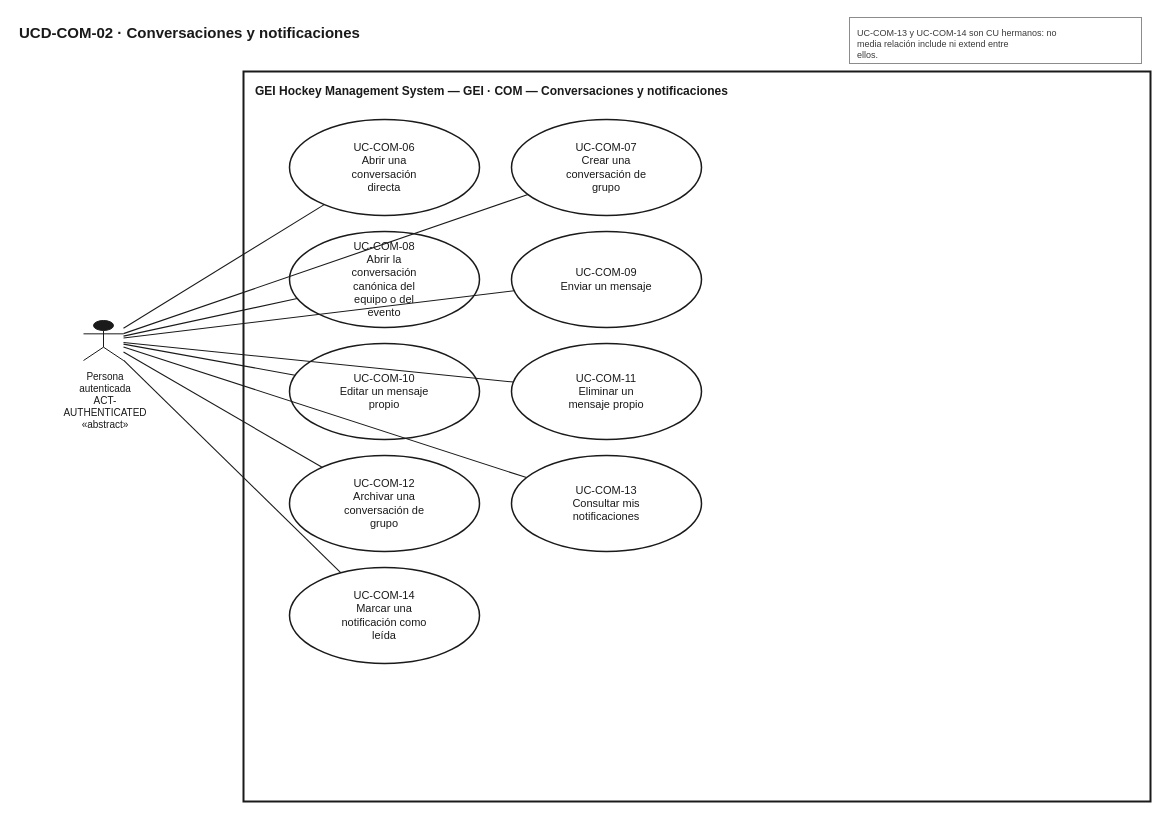
Above: docs/uml/use-cases/source/UCD-COM-02__GEI_Conversations_Notifications.drawio in xeyroxpagode/Cluber (draw.io), before the change. Source tidied: cells renumbered, new cells numbered last; positions are measured from the earlier drawing's top-left corner, leaving out a move shared by most shapes. Both pictures are drawn from the tidied source at 100%, with x=0, y=0 at pixel (17, 17).
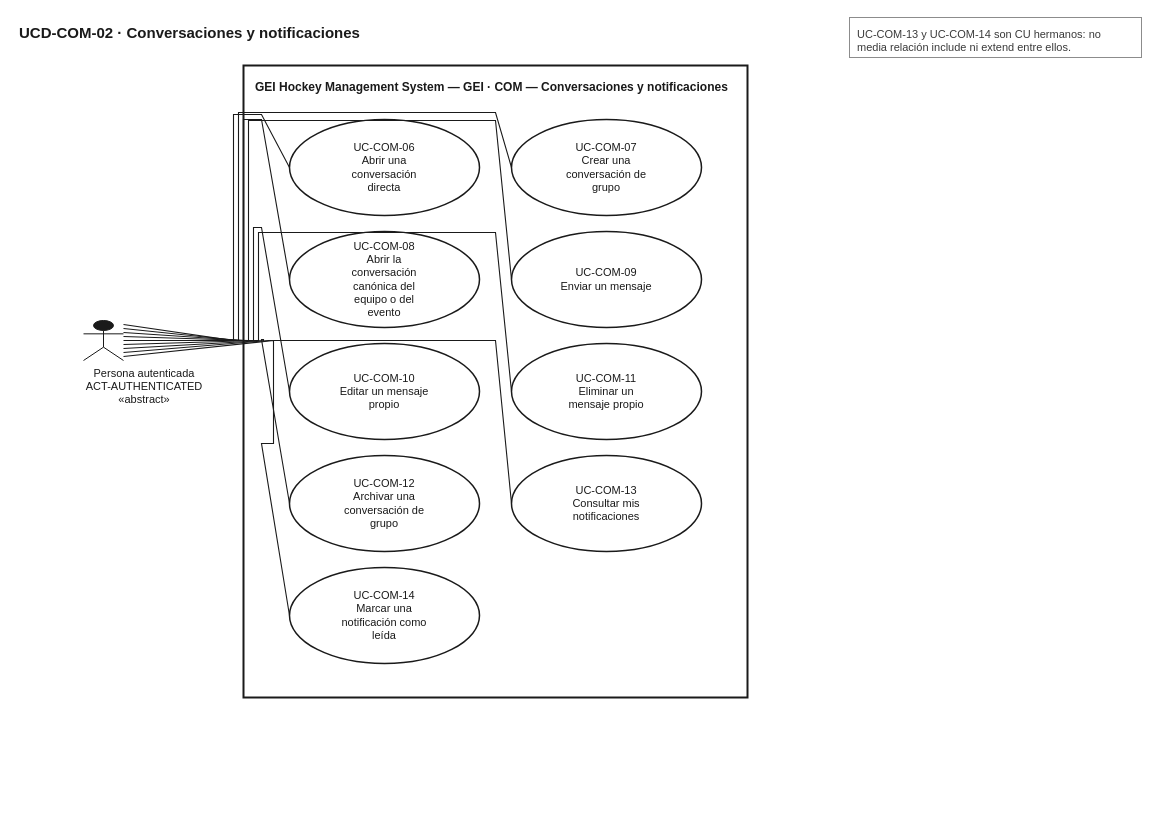
Above is the later version.

Unchanged cells that the change refers to:
```xml
<mxCell id="4" value="UC-COM-06&lt;br&gt;Abrir una&lt;br&gt;conversación&lt;br&gt;directa" style="ellipse;whiteSpace=wrap;html=1;fillColor=#FFFFFF;strokeColor=#1A1A1A;strokeWidth=1.5;fontFamily=Helvetica;fontSize=11;fontColor=#1A1A1A;align=center;verticalAlign=middle;" parent="1" vertex="1">
  <mxGeometry x="272" y="102" width="190" height="96" as="geometry" />
</mxCell>
<mxCell id="5" value="UC-COM-07&lt;br&gt;Crear una&lt;br&gt;conversación de&lt;br&gt;grupo" style="ellipse;whiteSpace=wrap;html=1;fillColor=#FFFFFF;strokeColor=#1A1A1A;strokeWidth=1.5;fontFamily=Helvetica;fontSize=11;fontColor=#1A1A1A;align=center;verticalAlign=middle;" parent="1" vertex="1">
  <mxGeometry x="494" y="102" width="190" height="96" as="geometry" />
</mxCell>
<mxCell id="6" value="UC-COM-08&lt;br&gt;Abrir la&lt;br&gt;conversación&lt;br&gt;canónica del&lt;br&gt;equipo o del&lt;br&gt;evento" style="ellipse;whiteSpace=wrap;html=1;fillColor=#FFFFFF;strokeColor=#1A1A1A;strokeWidth=1.5;fontFamily=Helvetica;fontSize=11;fontColor=#1A1A1A;align=center;verticalAlign=middle;" parent="1" vertex="1">
  <mxGeometry x="272" y="214" width="190" height="96" as="geometry" />
</mxCell>
<mxCell id="7" value="UC-COM-09&lt;br&gt;Enviar un mensaje" style="ellipse;whiteSpace=wrap;html=1;fillColor=#FFFFFF;strokeColor=#1A1A1A;strokeWidth=1.5;fontFamily=Helvetica;fontSize=11;fontColor=#1A1A1A;align=center;verticalAlign=middle;" parent="1" vertex="1">
  <mxGeometry x="494" y="214" width="190" height="96" as="geometry" />
</mxCell>
<mxCell id="8" value="UC-COM-10&lt;br&gt;Editar un mensaje&lt;br&gt;propio" style="ellipse;whiteSpace=wrap;html=1;fillColor=#FFFFFF;strokeColor=#1A1A1A;strokeWidth=1.5;fontFamily=Helvetica;fontSize=11;fontColor=#1A1A1A;align=center;verticalAlign=middle;" parent="1" vertex="1">
  <mxGeometry x="272" y="326" width="190" height="96" as="geometry" />
</mxCell>
<mxCell id="9" value="UC-COM-11&lt;br&gt;Eliminar un&lt;br&gt;mensaje propio" style="ellipse;whiteSpace=wrap;html=1;fillColor=#FFFFFF;strokeColor=#1A1A1A;strokeWidth=1.5;fontFamily=Helvetica;fontSize=11;fontColor=#1A1A1A;align=center;verticalAlign=middle;" parent="1" vertex="1">
  <mxGeometry x="494" y="326" width="190" height="96" as="geometry" />
</mxCell>
<mxCell id="10" value="UC-COM-12&lt;br&gt;Archivar una&lt;br&gt;conversación de&lt;br&gt;grupo" style="ellipse;whiteSpace=wrap;html=1;fillColor=#FFFFFF;strokeColor=#1A1A1A;strokeWidth=1.5;fontFamily=Helvetica;fontSize=11;fontColor=#1A1A1A;align=center;verticalAlign=middle;" parent="1" vertex="1">
  <mxGeometry x="272" y="438" width="190" height="96" as="geometry" />
</mxCell>
<mxCell id="11" value="UC-COM-13&lt;br&gt;Consultar mis&lt;br&gt;notificaciones" style="ellipse;whiteSpace=wrap;html=1;fillColor=#FFFFFF;strokeColor=#1A1A1A;strokeWidth=1.5;fontFamily=Helvetica;fontSize=11;fontColor=#1A1A1A;align=center;verticalAlign=middle;" parent="1" vertex="1">
  <mxGeometry x="494" y="438" width="190" height="96" as="geometry" />
</mxCell>
<mxCell id="12" value="UC-COM-14&lt;br&gt;Marcar una&lt;br&gt;notificación como&lt;br&gt;leída" style="ellipse;whiteSpace=wrap;html=1;fillColor=#FFFFFF;strokeColor=#1A1A1A;strokeWidth=1.5;fontFamily=Helvetica;fontSize=11;fontColor=#1A1A1A;align=center;verticalAlign=middle;" parent="1" vertex="1">
  <mxGeometry x="272" y="550" width="190" height="96" as="geometry" />
</mxCell>
```

Diff of the diagram source:
```diff
@@
-    <mxCell id="3" value="GEI Hockey Management System — GEI · COM — Conversaciones y notificaciones" style="rounded=0;whiteSpace=wrap;html=1;fillColor=#FFFFFF;strokeColor=#1A1A1A;strokeWidth=2;verticalAlign=top;align=left;spacingLeft=10;spacingTop=6;fontFamily=Helvetica;fontSize=12;fontStyle=1;fontColor=#1A1A1A;" parent="1" vertex="1">
-      <mxGeometry x="226" y="54" width="907" height="730" as="geometry" />
+    <mxCell id="3" value="GEI Hockey Management System — GEI · COM — Conversaciones y notificaciones" style="rounded=0;whiteSpace=wrap;html=1;fillColor=#FFFFFF;strokeColor=#1A1A1A;strokeWidth=2;verticalAlign=top;align=left;spacingLeft=10;spacingTop=8;fontFamily=Helvetica;fontSize=12;fontStyle=1;fontColor=#1A1A1A;" parent="1" vertex="1">
+      <mxGeometry x="226" y="48" width="504" height="632" as="geometry" />
     </mxCell>
@@
-    <mxCell id="13" style="shape=umlActor;html=1;verticalLabelPosition=bottom;verticalAlign=top;align=center;labelBackgroundColor=#FFFFFF;fontFamily=Helvetica;fontSize=10;fontColor=#1A1A1A;strokeColor=#1A1A1A;fillColor=#1A1A1A;" parent="1" vertex="1">
+    <mxCell id="13" style="shape=umlActor;html=1;verticalLabelPosition=bottom;verticalAlign=top;align=center;labelBackgroundColor=#FFFFFF;fontFamily=Helvetica;fontSize=11;fontColor=#1A1A1A;strokeColor=#1A1A1A;fillColor=#1A1A1A;" parent="1" vertex="1">
       <mxGeometry x="66" y="303" width="40" height="40" as="geometry" />
     </mxCell>
-    <mxCell id="14" value="Persona&lt;br&gt;autenticada&lt;br&gt;ACT-AUTHENTICATED&lt;br&gt;«abstract»" style="text;html=1;strokeColor=none;fillColor=none;align=center;verticalAlign=top;fontFamily=Helvetica;fontSize=10;fontColor=#1A1A1A;whiteSpace=wrap;" parent="1" vertex="1">
-      <mxGeometry x="42" y="347" width="92" height="52" as="geometry" />
+    <mxCell id="14" value="Persona autenticada&lt;br&gt;ACT-AUTHENTICATED&lt;br&gt;«abstract»" style="text;html=1;strokeColor=none;fillColor=none;align=center;verticalAlign=top;fontFamily=Helvetica;fontSize=11;fontColor=#1A1A1A;whiteSpace=wrap;" parent="1" vertex="1">
+      <mxGeometry x="42" y="343" width="170" height="42" as="geometry" />
     </mxCell>
-    <mxCell id="15" value="UC-COM-13 y UC-COM-14 son CU hermanos: no&lt;br&gt;media relación include ni extend entre&lt;br&gt;ellos." style="rounded=0;whiteSpace=wrap;html=1;fillColor=#FFFFFF;strokeColor=#8C8C8C;strokeWidth=1;align=left;verticalAlign=top;spacingLeft=6;spacingTop=4;fontFamily=Helvetica;fontSize=9;fontColor=#3A3A3A;" parent="1" vertex="1">
-      <mxGeometry x="832" width="292" height="46" as="geometry" />
+    <mxCell id="15" value="UC-COM-13 y UC-COM-14 son CU hermanos: no&lt;br&gt;media relación include ni extend entre ellos." style="rounded=0;whiteSpace=wrap;html=1;fillColor=#FFFFFF;strokeColor=#8C8C8C;strokeWidth=1;align=left;verticalAlign=top;spacingLeft=6;spacingTop=4;fontFamily=Helvetica;fontSize=11;fontColor=#3A3A3A;" parent="1" vertex="1">
+      <mxGeometry x="832" width="292" height="40" as="geometry" />
     </mxCell>
-    <mxCell id="16" style="endArrow=none;html=1;rounded=0;strokeColor=#1A1A1A;strokeWidth=1.1;" parent="1" edge="1" source="13" target="12">
-      <mxGeometry relative="1" as="geometry" />
+    <mxCell id="16" style="endArrow=none;html=1;rounded=0;strokeColor=#1A1A1A;strokeWidth=1.1;exitX=1;exitY=0.1;exitDx=0;exitDy=0;entryX=0;entryY=0.5;entryDx=0;entryDy=0;" parent="1" edge="1" source="13" target="4">
+      <mxGeometry relative="1" as="geometry">
+        <Array as="points">
+          <mxPoint x="216" y="323" />
+          <mxPoint x="216" y="97" />
+          <mxPoint x="244" y="97" />
+          <mxPoint x="272" y="150" />
+        </Array>
+      </mxGeometry>
     </mxCell>
-    <mxCell id="17" style="endArrow=none;html=1;rounded=0;strokeColor=#1A1A1A;strokeWidth=1.1;" parent="1" edge="1" source="13" target="11">
-      <mxGeometry relative="1" as="geometry" />
+    <mxCell id="17" style="endArrow=none;html=1;rounded=0;strokeColor=#1A1A1A;strokeWidth=1.1;exitX=1;exitY=0.2;exitDx=0;exitDy=0;entryX=0;entryY=0.5;entryDx=0;entryDy=0;" parent="1" edge="1" source="13" target="5">
+      <mxGeometry relative="1" as="geometry">
+        <Array as="points">
+          <mxPoint x="221" y="323" />
+          <mxPoint x="221" y="95" />
+          <mxPoint x="478" y="95" />
+          <mxPoint x="494" y="150" />
+        </Array>
+      </mxGeometry>
     </mxCell>
-    <mxCell id="18" style="endArrow=none;html=1;rounded=0;strokeColor=#1A1A1A;strokeWidth=1.1;" parent="1" edge="1" source="13" target="10">
-      <mxGeometry relative="1" as="geometry" />
+    <mxCell id="18" style="endArrow=none;html=1;rounded=0;strokeColor=#1A1A1A;strokeWidth=1.1;exitX=1;exitY=0.3;exitDx=0;exitDy=0;entryX=0;entryY=0.5;entryDx=0;entryDy=0;" parent="1" edge="1" source="13" target="6">
+      <mxGeometry relative="1" as="geometry">
+        <Array as="points">
+          <mxPoint x="226" y="323" />
+          <mxPoint x="226" y="102" />
+          <mxPoint x="244" y="102" />
+          <mxPoint x="272" y="262" />
+        </Array>
+      </mxGeometry>
     </mxCell>
-    <mxCell id="19" style="endArrow=none;html=1;rounded=0;strokeColor=#1A1A1A;strokeWidth=1.1;" parent="1" edge="1" source="13" target="9">
-      <mxGeometry relative="1" as="geometry" />
+    <mxCell id="19" style="endArrow=none;html=1;rounded=0;strokeColor=#1A1A1A;strokeWidth=1.1;exitX=1;exitY=0.4;exitDx=0;exitDy=0;entryX=0;entryY=0.5;entryDx=0;entryDy=0;" parent="1" edge="1" source="13" target="7">
+      <mxGeometry relative="1" as="geometry">
+        <Array as="points">
+          <mxPoint x="231" y="323" />
+          <mxPoint x="231" y="103" />
+          <mxPoint x="478" y="103" />
+          <mxPoint x="494" y="262" />
+        </Array>
+      </mxGeometry>
     </mxCell>
-    <mxCell id="20" style="endArrow=none;html=1;rounded=0;strokeColor=#1A1A1A;strokeWidth=1.1;" parent="1" edge="1" source="13" target="8">
-      <mxGeometry relative="1" as="geometry" />
+    <mxCell id="20" style="endArrow=none;html=1;rounded=0;strokeColor=#1A1A1A;strokeWidth=1.1;exitX=1;exitY=0.5;exitDx=0;exitDy=0;entryX=0;entryY=0.5;entryDx=0;entryDy=0;" parent="1" edge="1" source="13" target="8">
+      <mxGeometry relative="1" as="geometry">
+        <Array as="points">
+          <mxPoint x="236" y="323" />
+          <mxPoint x="236" y="210" />
+          <mxPoint x="244" y="210" />
+          <mxPoint x="272" y="374" />
+        </Array>
+      </mxGeometry>
     </mxCell>
-    <mxCell id="21" style="endArrow=none;html=1;rounded=0;strokeColor=#1A1A1A;strokeWidth=1.1;" parent="1" edge="1" source="13" target="7">
-      <mxGeometry relative="1" as="geometry" />
+    <mxCell id="21" style="endArrow=none;html=1;rounded=0;strokeColor=#1A1A1A;strokeWidth=1.1;exitX=1;exitY=0.6;exitDx=0;exitDy=0;entryX=0;entryY=0.5;entryDx=0;entryDy=0;" parent="1" edge="1" source="13" target="9">
+      <mxGeometry relative="1" as="geometry">
+        <Array as="points">
+          <mxPoint x="241" y="323" />
+          <mxPoint x="241" y="215" />
+          <mxPoint x="478" y="215" />
+          <mxPoint x="494" y="374" />
+        </Array>
+      </mxGeometry>
     </mxCell>
-    <mxCell id="22" style="endArrow=none;html=1;rounded=0;strokeColor=#1A1A1A;strokeWidth=1.1;" parent="1" edge="1" source="13" target="6">
-      <mxGeometry relative="1" as="geometry" />
+    <mxCell id="22" style="endArrow=none;html=1;rounded=0;strokeColor=#1A1A1A;strokeWidth=1.1;exitX=1;exitY=0.7;exitDx=0;exitDy=0;entryX=0;entryY=0.5;entryDx=0;entryDy=0;" parent="1" edge="1" source="13" target="10">
+      <mxGeometry relative="1" as="geometry">
+        <Array as="points">
+          <mxPoint x="246" y="323" />
+          <mxPoint x="246" y="322" />
+          <mxPoint x="244" y="322" />
+          <mxPoint x="272" y="486" />
+        </Array>
+      </mxGeometry>
     </mxCell>
-    <mxCell id="23" style="endArrow=none;html=1;rounded=0;strokeColor=#1A1A1A;strokeWidth=1.1;" parent="1" edge="1" source="13" target="5">
-      <mxGeometry relative="1" as="geometry" />
+    <mxCell id="23" style="endArrow=none;html=1;rounded=0;strokeColor=#1A1A1A;strokeWidth=1.1;exitX=1;exitY=0.8;exitDx=0;exitDy=0;entryX=0;entryY=0.5;entryDx=0;entryDy=0;" parent="1" edge="1" source="13" target="11">
+      <mxGeometry relative="1" as="geometry">
+        <Array as="points">
+          <mxPoint x="251" y="323" />
+          <mxPoint x="251" y="323" />
+          <mxPoint x="478" y="323" />
+          <mxPoint x="494" y="486" />
+        </Array>
+      </mxGeometry>
     </mxCell>
-    <mxCell id="24" style="endArrow=none;html=1;rounded=0;strokeColor=#1A1A1A;strokeWidth=1.1;" parent="1" edge="1" source="13" target="4">
-      <mxGeometry relative="1" as="geometry" />
+    <mxCell id="24" style="endArrow=none;html=1;rounded=0;strokeColor=#1A1A1A;strokeWidth=1.1;exitX=1;exitY=0.9;exitDx=0;exitDy=0;entryX=0;entryY=0.5;entryDx=0;entryDy=0;" parent="1" edge="1" source="13" target="12">
+      <mxGeometry relative="1" as="geometry">
+        <Array as="points">
+          <mxPoint x="256" y="323" />
+          <mxPoint x="256" y="426" />
+          <mxPoint x="244" y="426" />
+          <mxPoint x="272" y="598" />
+        </Array>
+      </mxGeometry>
     </mxCell>
```
